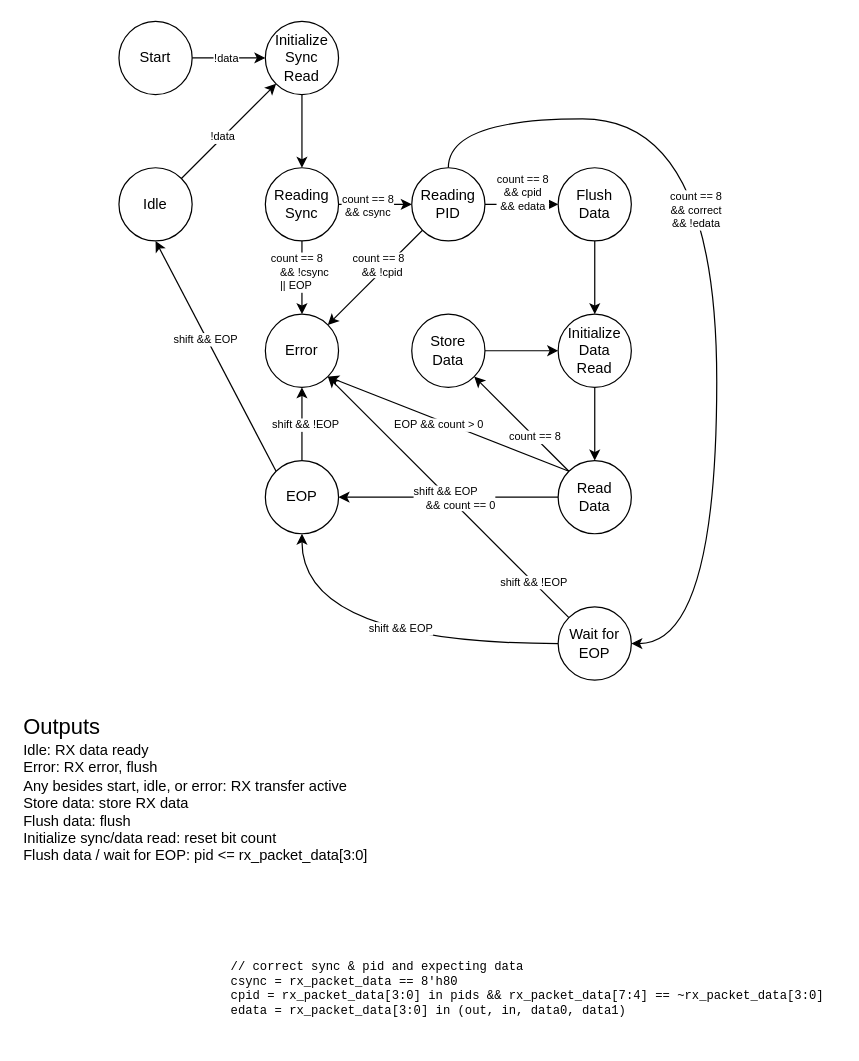
Earlier version of the draw.io diagram page "FSM" (2 of 6) of diagrams/usb-rx.drawio (bryceberger/337-project). Source tidied: cells renumbered, new cells numbered last; positions are measured from the earlier drawing's top-left corner, leaving out a move shared by most shapes. Both pictures are drawn from the tidied source at 122%, with x=0, y=0 at pixel (21, 21).
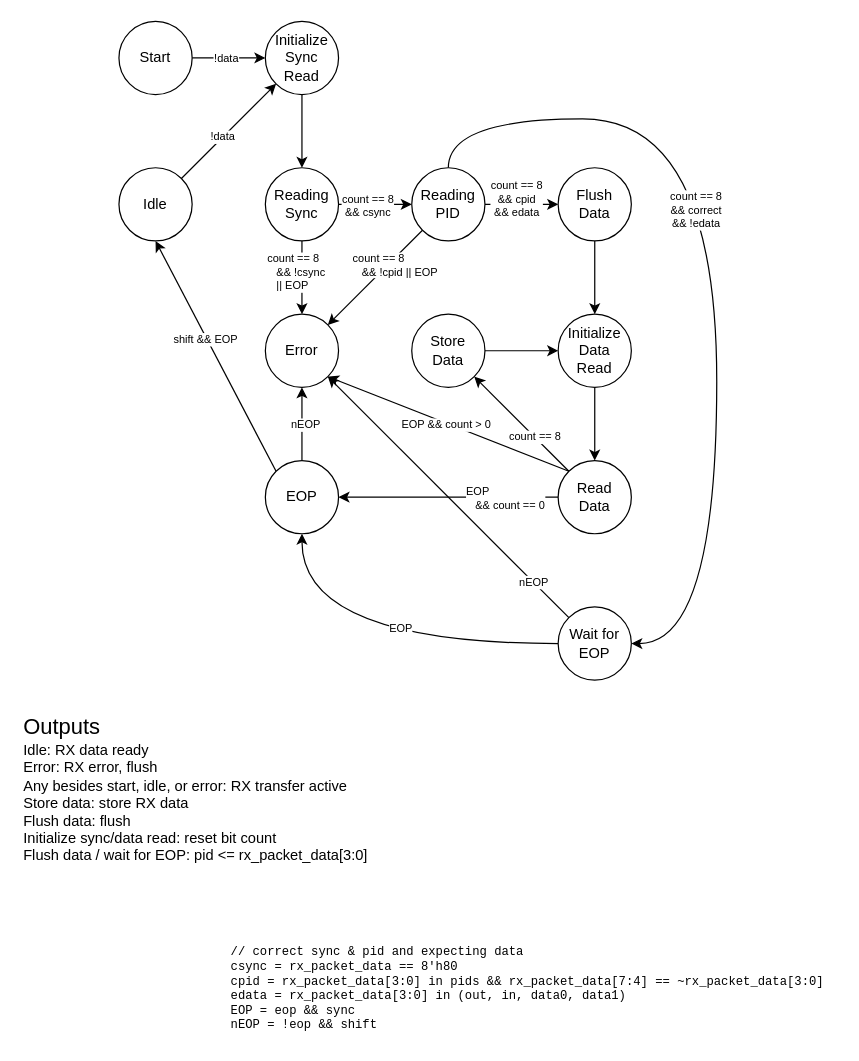
After the change.

The change refers to these unchanged cells:
```xml
<mxCell id="2" style="rounded=0;jettySize=auto;html=1;exitX=0;exitY=0;exitDx=0;exitDy=0;entryX=1;entryY=1;entryDx=0;entryDy=0;" parent="1" edge="1" source="40" target="35">
  <mxGeometry relative="1" as="geometry" />
</mxCell>
<mxCell id="9" style="edgeStyle=none;rounded=0;jettySize=auto;html=1;exitX=0.5;exitY=1;exitDx=0;exitDy=0;entryX=0.5;entryY=0;entryDx=0;entryDy=0;" parent="1" edge="1" source="11" target="35">
  <mxGeometry relative="1" as="geometry" />
</mxCell>
<mxCell id="12" style="edgeStyle=orthogonalEdgeStyle;rounded=0;jettySize=auto;html=1;exitX=1;exitY=0.5;exitDx=0;exitDy=0;entryX=0;entryY=0.5;entryDx=0;entryDy=0;" parent="1" edge="1" source="18" target="37">
  <mxGeometry relative="1" as="geometry" />
</mxCell>
<mxCell id="14" style="edgeStyle=none;rounded=0;jettySize=auto;html=1;exitX=0;exitY=1;exitDx=0;exitDy=0;entryX=1;entryY=0;entryDx=0;entryDy=0;" parent="1" edge="1" source="18" target="35">
  <mxGeometry relative="1" as="geometry" />
</mxCell>
<mxCell id="23" style="edgeStyle=none;rounded=0;jettySize=auto;html=1;exitX=0.5;exitY=0;exitDx=0;exitDy=0;entryX=0.5;entryY=1;entryDx=0;entryDy=0;" parent="1" edge="1" source="25" target="35">
  <mxGeometry relative="1" as="geometry" />
</mxCell>
<mxCell id="28" style="edgeStyle=none;rounded=0;jettySize=auto;html=1;exitX=0;exitY=0;exitDx=0;exitDy=0;entryX=1;entryY=1;entryDx=0;entryDy=0;" parent="1" edge="1" source="32" target="35">
  <mxGeometry relative="1" as="geometry" />
</mxCell>
<mxCell id="30" style="edgeStyle=none;rounded=0;jettySize=auto;html=1;exitX=0;exitY=0.5;exitDx=0;exitDy=0;entryX=1;entryY=0.5;entryDx=0;entryDy=0;" parent="1" edge="1" source="32" target="25">
  <mxGeometry relative="1" as="geometry" />
</mxCell>
<mxCell id="38" style="edgeStyle=orthogonalEdgeStyle;curved=1;rounded=0;jettySize=auto;html=1;exitX=0;exitY=0.5;exitDx=0;exitDy=0;entryX=0.5;entryY=1;entryDx=0;entryDy=0;" parent="1" edge="1" source="40" target="25">
  <mxGeometry relative="1" as="geometry" />
</mxCell>
```

Diff of the diagram source:
```diff
@@
-    <mxCell id="3" value="shift &amp;amp;&amp;amp; !EOP" style="edgeLabel;html=1;align=center;verticalAlign=middle;fontSize=9;" parent="2" vertex="1">
+    <mxCell id="3" value="nEOP" style="edgeLabel;html=1;align=center;verticalAlign=middle;fontSize=9;" parent="2" vertex="1">
       <mxGeometry x="-0.71" relative="1" as="geometry" />
     </mxCell>
@@
     <mxCell id="10" value="count == 8&lt;br&gt;&amp;nbsp; &amp;nbsp;&amp;amp;&amp;amp; !csync&lt;br&gt;&amp;nbsp; &amp;nbsp;|| EOP" style="edgeLabel;html=1;align=left;verticalAlign=middle;fontSize=9;" parent="9" vertex="1">
       <mxGeometry x="-0.43" y="-2" relative="1" as="geometry">
-        <mxPoint x="-25" y="8" as="offset" />
+        <mxPoint x="-28" y="8" as="offset" />
       </mxGeometry>
     </mxCell>
@@
     <mxCell id="13" value="count == 8&lt;br style=&quot;font-size: 9px;&quot;&gt;&amp;amp;&amp;amp; cpid&lt;br style=&quot;font-size: 9px;&quot;&gt;&amp;amp;&amp;amp; edata" style="edgeLabel;html=1;align=center;verticalAlign=middle;fontSize=9;labelBackgroundColor=default;labelBorderColor=none;" parent="12" vertex="1">
       <mxGeometry x="-0.17" y="-2" relative="1" as="geometry">
-        <mxPoint x="5" y="-12" as="offset" />
+        <mxPoint y="-7" as="offset" />
       </mxGeometry>
     </mxCell>
@@
-    <mxCell id="15" value="count == 8&lt;br style=&quot;font-size: 9px;&quot;&gt;&lt;div style=&quot;font-size: 9px;&quot;&gt;&amp;nbsp; &amp;nbsp;&amp;amp;&amp;amp; !cpid&lt;/div&gt;" style="edgeLabel;html=1;align=left;verticalAlign=middle;fontSize=9;" parent="14" vertex="1">
+    <mxCell id="15" value="count == 8&lt;br style=&quot;font-size: 9px;&quot;&gt;&lt;div style=&quot;font-size: 9px;&quot;&gt;&amp;nbsp; &amp;nbsp;&amp;amp;&amp;amp; !cpid || EOP&lt;/div&gt;" style="edgeLabel;html=1;align=left;verticalAlign=middle;fontSize=9;" parent="14" vertex="1">
       <mxGeometry x="-0.04" y="-1" relative="1" as="geometry">
         <mxPoint x="-21" y="-8" as="offset" />
       </mxGeometry>
     </mxCell>
@@
-    <mxCell id="24" value="shift &amp;amp;&amp;amp; !EOP" style="edgeLabel;html=1;align=center;verticalAlign=middle;fontSize=9;" parent="23" vertex="1">
+    <mxCell id="24" value="nEOP" style="edgeLabel;html=1;align=center;verticalAlign=middle;fontSize=9;" parent="23" vertex="1">
       <mxGeometry x="-0.01" y="-2" relative="1" as="geometry" />
     </mxCell>
@@
     <mxCell id="29" value="EOP&amp;nbsp;&amp;amp;&amp;amp; count &amp;gt; 0" style="edgeLabel;html=1;align=left;verticalAlign=middle;fontSize=9;" parent="28" vertex="1">
       <mxGeometry x="0.07" relative="1" as="geometry">
-        <mxPoint x="-39" y="3" as="offset" />
+        <mxPoint x="-33" y="3" as="offset" />
       </mxGeometry>
     </mxCell>
@@
-    <mxCell id="31" value="shift &amp;amp;&amp;amp; EOP&lt;br style=&quot;font-size: 9px;&quot;&gt;&amp;nbsp; &amp;nbsp; &amp;amp;&amp;amp; count == 0" style="edgeLabel;html=1;align=left;verticalAlign=middle;fontSize=9;" parent="30" vertex="1">
+    <mxCell id="31" value="EOP&lt;br&gt;&amp;nbsp; &amp;nbsp;&amp;amp;&amp;amp; count == 0" style="edgeLabel;html=1;align=left;verticalAlign=middle;fontSize=9;" parent="30" vertex="1">
       <mxGeometry x="0.32" relative="1" as="geometry">
-        <mxPoint x="-1" as="offset" />
+        <mxPoint x="42" as="offset" />
       </mxGeometry>
     </mxCell>
@@
-    <mxCell id="39" value="shift &amp;amp;&amp;amp; EOP" style="edgeLabel;html=1;align=center;verticalAlign=middle;fontSize=9;" parent="38" vertex="1">
+    <mxCell id="39" value="EOP" style="edgeLabel;html=1;align=center;verticalAlign=middle;fontSize=9;" parent="38" vertex="1">
       <mxGeometry x="-0.08" y="-13" relative="1" as="geometry">
         <mxPoint x="8" as="offset" />
       </mxGeometry>
     </mxCell>
@@
-    <mxCell id="45" value="// correct sync &amp;amp; pid and expecting data&lt;br&gt;csync = rx_packet_data == 8'h80&lt;br&gt;cpid = rx_packet_data[3:0] in pids &amp;amp;&amp;amp;&amp;nbsp;rx_packet_data[7:4] == ~rx_packet_data[3:0]&lt;br&gt;edata = rx_packet_data[3:0] in (out, in, data0, data1)" style="text;html=1;strokeColor=none;fillColor=none;align=left;verticalAlign=middle;whiteSpace=wrap;rounded=0;labelBackgroundColor=none;fontFamily=Courier New;fontSize=10;" parent="1" vertex="1">
+    <mxCell id="45" value="// correct sync &amp;amp; pid and expecting data&lt;br&gt;csync = rx_packet_data == 8'h80&lt;br&gt;cpid = rx_packet_data[3:0] in pids &amp;amp;&amp;amp;&amp;nbsp;rx_packet_data[7:4] == ~rx_packet_data[3:0]&lt;br&gt;edata = rx_packet_data[3:0] in (out, in, data0, data1)&lt;br&gt;EOP = eop &amp;amp;&amp;amp; sync&lt;br&gt;nEOP = !eop &amp;amp;&amp;amp; shift" style="text;html=1;strokeColor=none;fillColor=none;align=left;verticalAlign=middle;whiteSpace=wrap;rounded=0;labelBackgroundColor=none;fontFamily=Courier New;fontSize=10;" parent="1" vertex="1">
       <mxGeometry x="170" y="750" width="500" height="85" as="geometry" />
     </mxCell>
```
